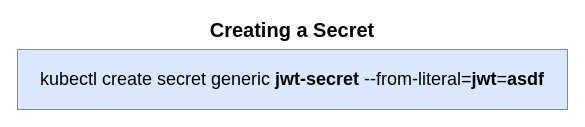
Above: page "07 - secret" (7 of 9) of diagrams/05/06.drawio in HappySuzuki/microservices-cast (draw.io), before the change. Source tidied: cells renumbered, new cells numbered last; positions are measured from the earlier drawing's top-left corner, leaving out a move shared by most shapes. Both pictures are drawn from the tidied source at 100%, with x=0, y=0 at pixel (17, 19).
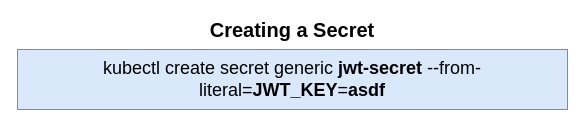
Above is the later version.

Change to the diagram source:
```diff
@@
 <mxGraphModel>
   <root>
     <mxCell id="0" />
     <mxCell id="1" parent="0" />
-    <mxCell id="2" value="kubectl create secret generic &lt;b&gt;jwt-secret&lt;/b&gt; --from-literal=&lt;b&gt;jwt&lt;/b&gt;=&lt;b&gt;asdf&lt;/b&gt;" style="rounded=0;whiteSpace=wrap;html=1;fontSize=18;fillColor=#dae8fc;strokeColor=#6c8ebf;" parent="1" vertex="1">
+    <mxCell id="2" value="kubectl create secret generic &lt;b&gt;jwt-secret&lt;/b&gt; --from-literal=&lt;b&gt;JWT_KEY&lt;/b&gt;=&lt;b&gt;asdf&lt;/b&gt;" style="rounded=0;whiteSpace=wrap;html=1;fontSize=18;fillColor=#dae8fc;strokeColor=#6c8ebf;" parent="1" vertex="1">
       <mxGeometry y="30" width="550" height="60" as="geometry" />
     </mxCell>
     <mxCell id="3" value="Creating a Secret" style="text;html=1;strokeColor=none;fillColor=none;align=center;verticalAlign=middle;whiteSpace=wrap;rounded=0;fontSize=20;fontStyle=1;" parent="1" vertex="1">
       <mxGeometry x="165" width="220" height="20" as="geometry" />
     </mxCell>
   </root>
 </mxGraphModel>
```
